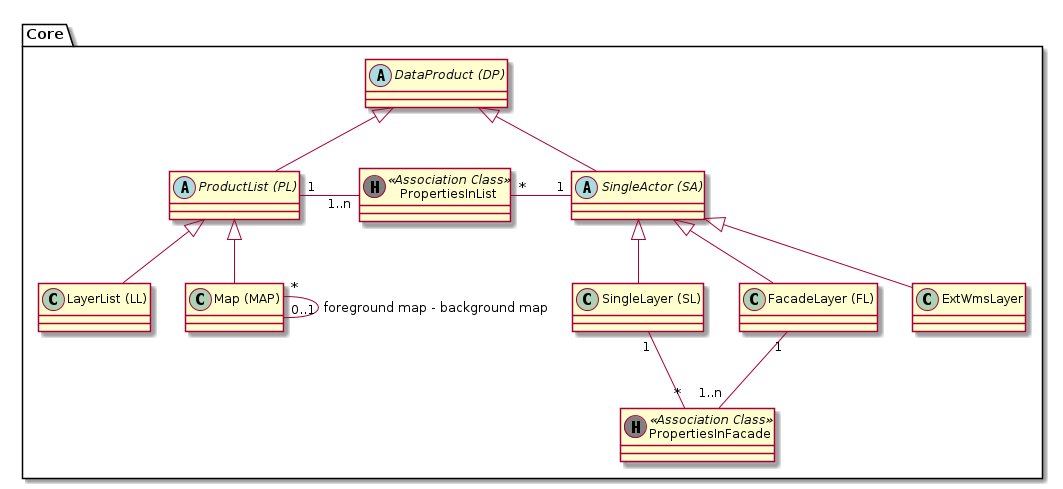
Earlier version of the PlantUML export puml_output/simi_product.png (simi-so/mm).
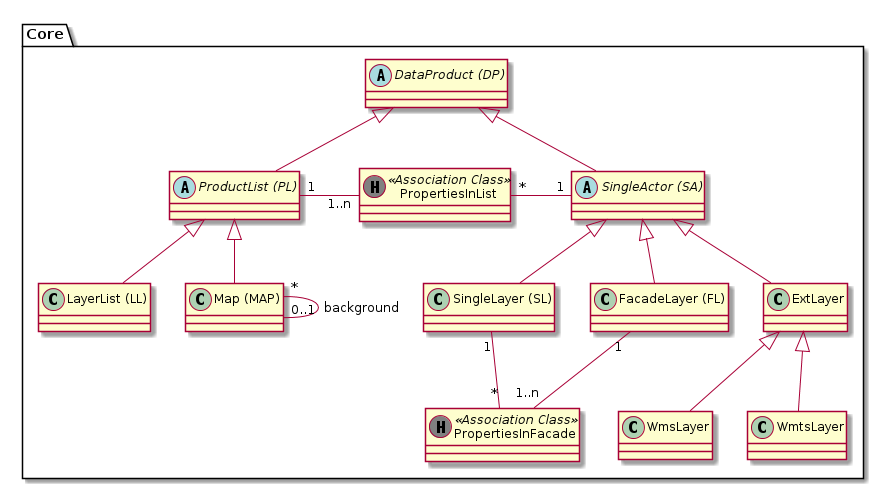
Above is the later version.

Commit message:
Skript: PUML-Diagramme regeneriert und beigefügt

Diff of the diagram source:
```diff
@@ -9,24 +9,31 @@
   abstract class "SingleActor (SA)" as sa
   class "FacadeLayer (FL)" as fl
   class "SingleLayer (SL)" as sl
-  class "ExtWmsLayer" as ewl
+  class "ExtLayer" as el
+  class "WmsLayer" as wl
+  class "WmtsLayer" as tl
 
   class "PropertiesInFacade" as pif << (H, grey) Association Class >>
   class "PropertiesInList" as pil << (H, grey) Association Class >>
 
   dp <|-- pl
+
   pl <|-- ll
   pl <|-- map
 
   dp <|-- sa
+
   sa <|-- sl
   sa <|-- fl
-  sa <|-- ewl
+  sa <|-- el
+
+  el <|-- wl
+  el <|-- tl
 
   pl "1" -right- "1..n" pil : "      "
   pil "*" -right- "1" sa : "      "
 
-  map "*" -- "0..1" map : "foreground map - background map"
+  map "*" -- "0..1" map : "background"
 
   fl "1" -- "1..n" pif : "      "
   pif "*" -up- "1" sl : "      "
```
